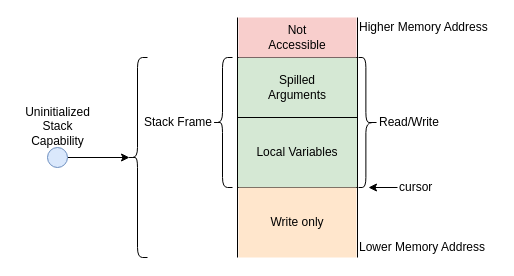
Above: drawio/cheri-uninit-stack.drawio in capt-hb/thesis (draw.io), before the change. Source tidied: cells renumbered, new cells numbered last; positions are measured from the earlier drawing's top-left corner, leaving out a move shared by most shapes. Both pictures are drawn from the tidied source at 100%, with x=0, y=0 at pixel (17, 17).
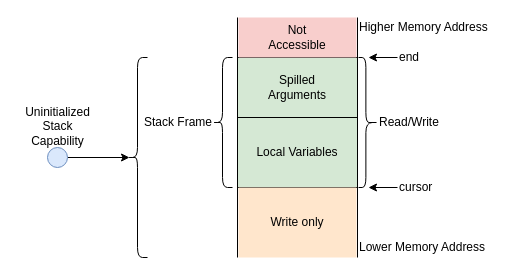
The same diagram, later.

Commit message (it also covers changes not shown here):
updated some diagrams and added cgetuninit encoding diagram

The edit, as a diff of the source:
```diff
@@
+    <mxCell id="20" style="endArrow=classic;html=1;entryX=0.5;entryY=0;entryDx=0;entryDy=0;" parent="1" edge="1">
+      <mxGeometry relative="1" as="geometry">
+        <mxPoint x="380" y="40" as="sourcePoint" />
+        <mxPoint x="351" y="40" as="targetPoint" />
+      </mxGeometry>
+    </mxCell>
+    <mxCell id="21" value="end" style="text;html=1;align=left;verticalAlign=top;spacingTop=-4;" parent="1" vertex="1">
+      <mxGeometry x="380" y="30" width="40" height="20" as="geometry" />
+    </mxCell>
```
